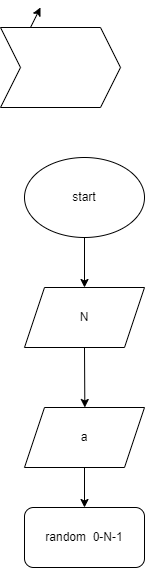
Earlier version of the draw.io export ex00.drawio.png (OlegRuzhinskiy/diagram). Source tidied: cells renumbered, new cells last; positions are measured from the earlier drawing's top-left corner, leaving out a move shared by most shapes.
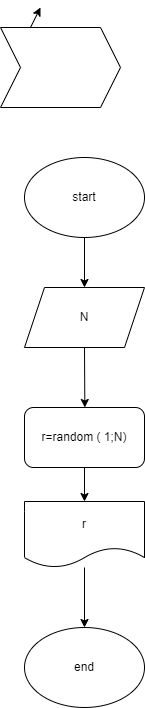
After the commit.

Change to the diagram source:
```diff
@@ -10,8 +10,11 @@
     <mxCell id="3" value="start" style="ellipse;whiteSpace=wrap;html=1;" parent="1" vertex="1">
       <mxGeometry x="24" y="150" width="120" height="80" as="geometry" />
     </mxCell>
+    <mxCell id="11" style="edgeStyle=none;html=1;entryX=0.5;entryY=0;entryDx=0;entryDy=0;" parent="1" edge="1" source="4" target="13">
+      <mxGeometry relative="1" as="geometry" />
+    </mxCell>
-    <mxCell id="4" value="random&amp;nbsp; 0-N-1" style="rounded=1;whiteSpace=wrap;html=1;" parent="1" vertex="1">
-      <mxGeometry x="24" y="500" width="120" height="60" as="geometry" />
+    <mxCell id="4" value="r=random ( 1;N)" style="rounded=1;whiteSpace=wrap;html=1;" parent="1" vertex="1">
+      <mxGeometry x="24" y="400" width="120" height="60" as="geometry" />
     </mxCell>
     <mxCell id="5" style="edgeStyle=none;html=1;exitX=0.25;exitY=0;exitDx=0;exitDy=0;" parent="1" edge="1" source="6">
       <mxGeometry relative="1" as="geometry">
@@ -29,11 +32,14 @@
     <mxCell id="8" value="N" style="shape=parallelogram;perimeter=parallelogramPerimeter;whiteSpace=wrap;html=1;fixedSize=1;" parent="1" vertex="1">
       <mxGeometry x="24" y="280" width="120" height="60" as="geometry" />
     </mxCell>
-    <mxCell id="9" style="edgeStyle=none;html=1;exitX=0.5;exitY=1;exitDx=0;exitDy=0;entryX=0.5;entryY=0;entryDx=0;entryDy=0;" parent="1" edge="1" source="10" target="4">
-      <mxGeometry relative="1" as="geometry" />
-    </mxCell>
-    <mxCell id="10" value="a" style="shape=parallelogram;perimeter=parallelogramPerimeter;whiteSpace=wrap;html=1;fixedSize=1;" parent="1" vertex="1">
-      <mxGeometry x="24" y="400" width="120" height="60" as="geometry" />
-    </mxCell>
+    <mxCell id="12" style="edgeStyle=none;html=1;" parent="1" edge="1" source="13" target="14">
+      <mxGeometry relative="1" as="geometry" />
+    </mxCell>
+    <mxCell id="13" value="r" style="shape=document;whiteSpace=wrap;html=1;boundedLbl=1;" parent="1" vertex="1">
+      <mxGeometry x="24" y="494" width="120" height="66" as="geometry" />
+    </mxCell>
+    <mxCell id="14" value="end" style="ellipse;whiteSpace=wrap;html=1;" parent="1" vertex="1">
+      <mxGeometry x="24" y="620" width="120" height="80" as="geometry" />
+    </mxCell>
   </root>
 </mxGraphModel>
```
